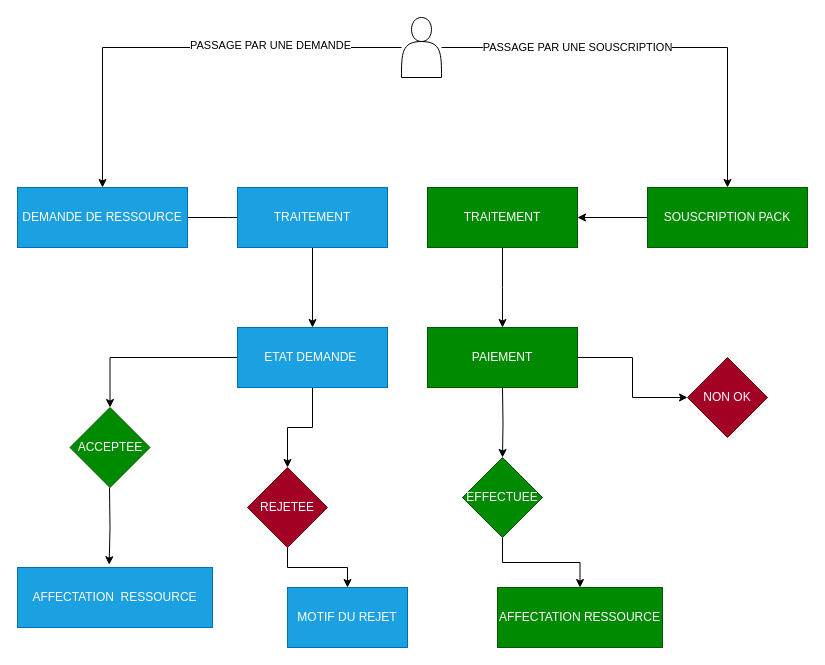
Earlier version of the draw.io diagram SousCriptionAndDemande.drawio (DavidDem249/diagrams). Source tidied: cells renumbered, new cells numbered last; positions are measured from the earlier drawing's top-left corner, leaving out a move shared by most shapes. Both pictures are drawn from the tidied source at 100%, with x=0, y=0 at pixel (17, 17).
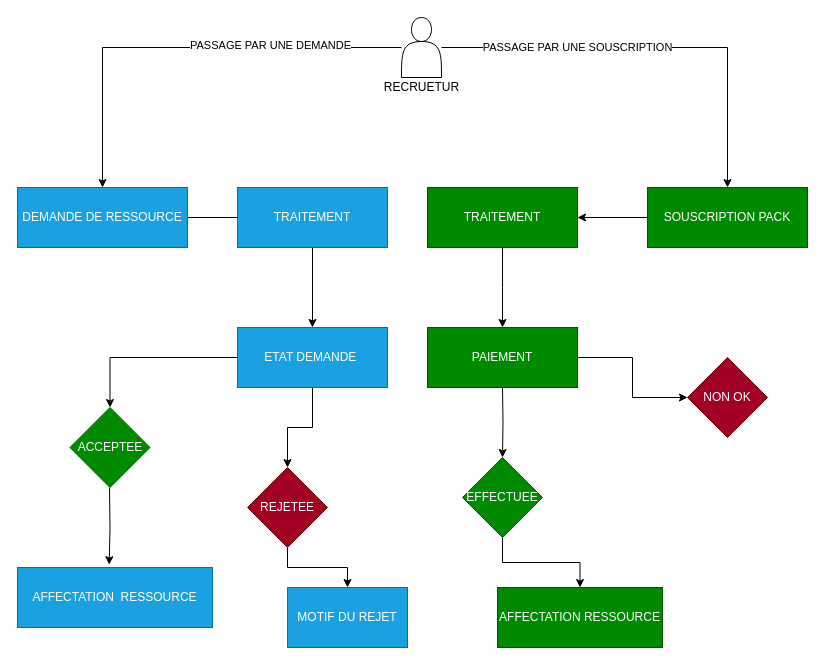
Above is the later version.

Diff of the diagram source:
```diff
@@
+    <mxCell id="30" value="RECRUETUR" style="text;html=1;align=center;verticalAlign=middle;strokeColor=none;fillColor=none;" parent="1" vertex="1">
+      <mxGeometry x="359" y="60" width="90" height="20" as="geometry" />
+    </mxCell>
```
